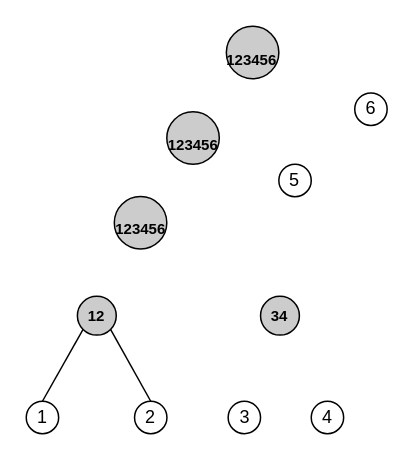
The draw.io diagram img/Untitled Diagram.drawio in tahiri-lab/PrismTree, before the edit. Source tidied: cells renumbered, new cells numbered last; positions are measured from the earlier drawing's top-left corner, leaving out a move shared by most shapes. Both pictures are drawn from the tidied source at 150%, with x=0, y=0 at pixel (26, 26).
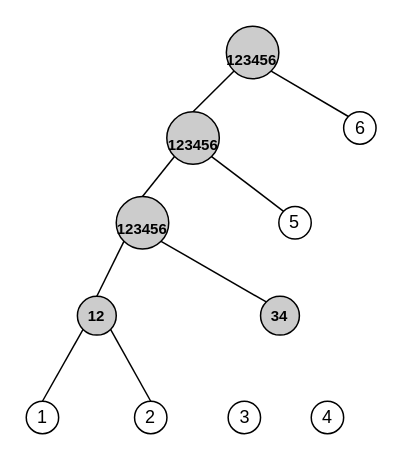
After the change.

Unchanged cells that the change refers to:
```xml
<mxCell id="2" value="&lt;b style=&quot;font-size: 10px;&quot;&gt;34&lt;br style=&quot;font-size: 10px;&quot;&gt;&lt;/b&gt;" style="ellipse;whiteSpace=wrap;html=1;fontSize=10;fillColor=#CCCCCC;" parent="1" vertex="1">
  <mxGeometry x="156.2" y="180" width="25.9" height="25.9" as="geometry" />
</mxCell>
<mxCell id="3" value="&lt;b&gt;&lt;font style=&quot;font-size: 10px;&quot;&gt;123456&lt;/font&gt;&lt;br&gt;&lt;/b&gt;" style="ellipse;whiteSpace=wrap;html=1;fontSize=20;fillColor=#CCCCCC;" parent="1" vertex="1">
  <mxGeometry x="133.4" width="35" height="35" as="geometry" />
</mxCell>
<mxCell id="8" value="&lt;b style=&quot;font-size: 10px;&quot;&gt;12&lt;br style=&quot;font-size: 10px;&quot;&gt;&lt;/b&gt;" style="ellipse;whiteSpace=wrap;html=1;fontSize=10;fillColor=#CCCCCC;" parent="1" vertex="1">
  <mxGeometry x="34.1" y="180" width="25.9" height="25.9" as="geometry" />
</mxCell>
<mxCell id="11" value="&lt;b&gt;&lt;font style=&quot;font-size: 10px;&quot;&gt;123456&lt;/font&gt;&lt;br&gt;&lt;/b&gt;" style="ellipse;whiteSpace=wrap;html=1;fontSize=20;fillColor=#CCCCCC;" parent="1" vertex="1">
  <mxGeometry x="93.7" y="57" width="35" height="35" as="geometry" />
</mxCell>
```

Diff of the diagram source:
```diff
@@
     <mxCell id="7" value="5" style="ellipse;whiteSpace=wrap;html=1;fontSize=12;" parent="1" vertex="1">
-      <mxGeometry x="168.4" y="92" width="21.6" height="21.6" as="geometry" />
+      <mxGeometry x="168.4" y="120.2" width="21.6" height="21.6" as="geometry" />
     </mxCell>
@@
     <mxCell id="10" value="6" style="ellipse;whiteSpace=wrap;html=1;fontSize=12;" parent="1" vertex="1">
-      <mxGeometry x="219" y="44.5" width="21.6" height="21.6" as="geometry" />
+      <mxGeometry x="211.6" y="57" width="21.6" height="21.6" as="geometry" />
     </mxCell>
@@
     <mxCell id="12" value="&lt;b&gt;&lt;font style=&quot;font-size: 10px;&quot;&gt;123456&lt;/font&gt;&lt;br&gt;&lt;/b&gt;" style="ellipse;whiteSpace=wrap;html=1;fontSize=20;fillColor=#CCCCCC;" parent="1" vertex="1">
-      <mxGeometry x="58.7" y="113.5" width="35" height="35" as="geometry" />
+      <mxGeometry x="60" y="113.5" width="35" height="35" as="geometry" />
     </mxCell>
@@
+    <mxCell id="15" style="endArrow=none;html=1;rounded=0;exitX=1;exitY=1;exitDx=0;exitDy=0;entryX=0;entryY=0;entryDx=0;entryDy=0;" parent="1" edge="1" source="12" target="2">
+      <mxGeometry relative="1" as="geometry" />
+    </mxCell>
+    <mxCell id="16" style="endArrow=none;html=1;rounded=0;entryX=1;entryY=1;entryDx=0;entryDy=0;exitX=0;exitY=0;exitDx=0;exitDy=0;" parent="1" edge="1" source="7" target="11">
+      <mxGeometry relative="1" as="geometry" />
+    </mxCell>
+    <mxCell id="17" style="endArrow=none;html=1;rounded=0;entryX=1;entryY=1;entryDx=0;entryDy=0;exitX=0;exitY=0;exitDx=0;exitDy=0;" parent="1" edge="1" source="10" target="3">
+      <mxGeometry relative="1" as="geometry" />
+    </mxCell>
+    <mxCell id="18" style="endArrow=none;html=1;rounded=0;entryX=0;entryY=1;entryDx=0;entryDy=0;exitX=0.5;exitY=0;exitDx=0;exitDy=0;" parent="1" edge="1" source="8" target="12">
+      <mxGeometry relative="1" as="geometry" />
+    </mxCell>
+    <mxCell id="19" style="endArrow=none;html=1;rounded=0;entryX=0;entryY=1;entryDx=0;entryDy=0;exitX=0.5;exitY=0;exitDx=0;exitDy=0;" parent="1" edge="1" source="12" target="11">
+      <mxGeometry relative="1" as="geometry" />
+    </mxCell>
+    <mxCell id="20" style="endArrow=none;html=1;rounded=0;entryX=0;entryY=1;entryDx=0;entryDy=0;exitX=0.5;exitY=0;exitDx=0;exitDy=0;" parent="1" edge="1" source="11" target="3">
+      <mxGeometry relative="1" as="geometry" />
+    </mxCell>
```
